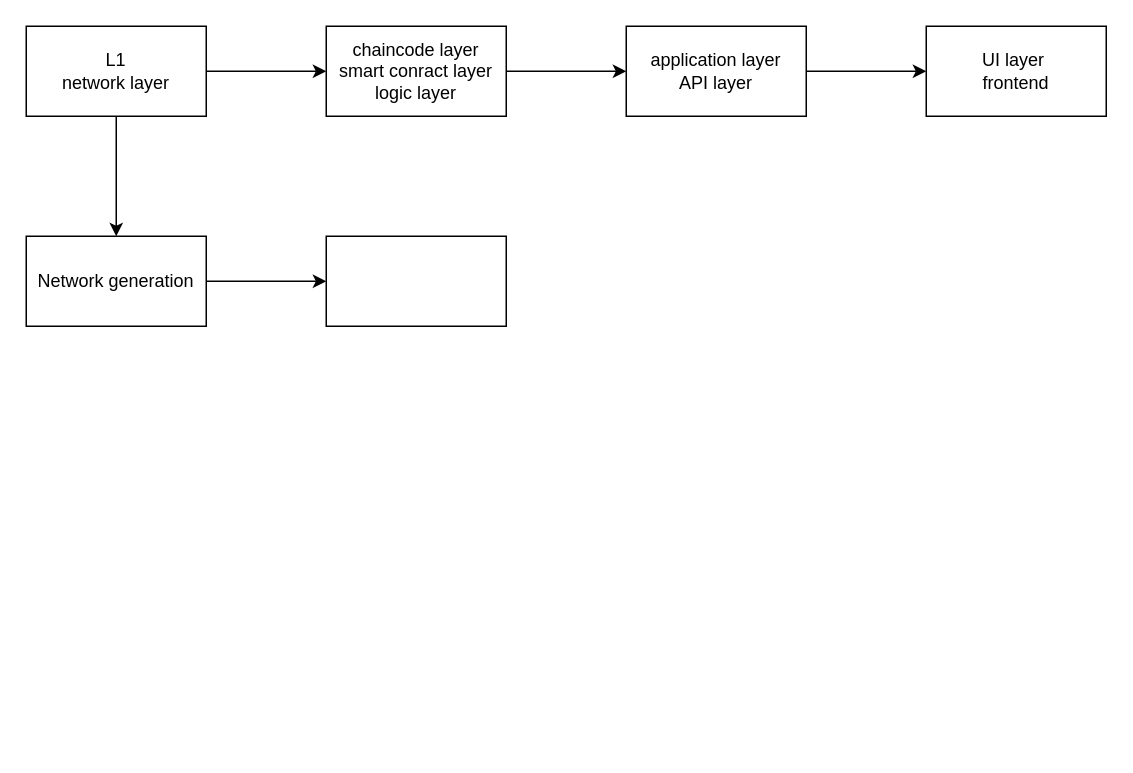
kumarPint00/dccrtnet keeps this draw.io diagram as architecture.drawio. Above is the earlier version. Source tidied: cells renumbered, new cells numbered last; positions are measured from the earlier drawing's top-left corner, leaving out a move shared by most shapes. Both pictures are drawn from the tidied source at 150%, with x=0, y=0 at pixel (26, 26).
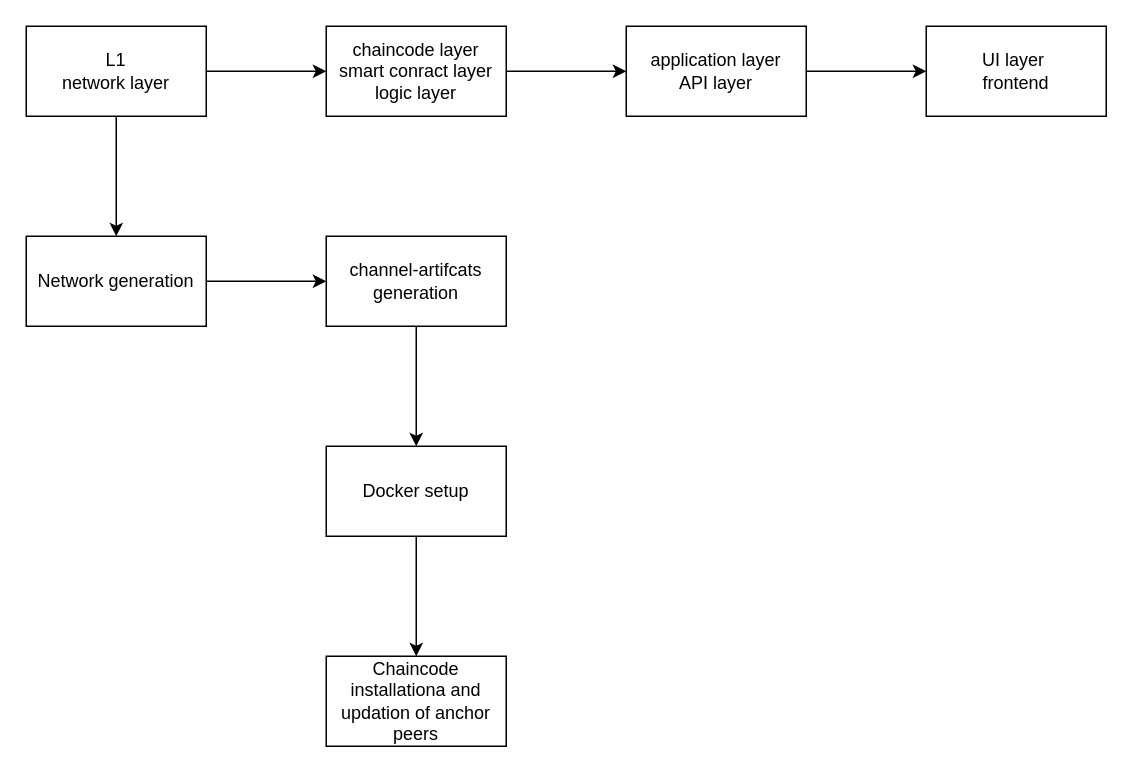
Above is the later version.

Change to the diagram source:
```diff
@@
 <mxGraphModel>
   <root>
     <mxCell id="0" />
     <mxCell id="1" parent="0" />
     <mxCell id="2" style="edgeStyle=none;html=1;" parent="1" edge="1" source="4" target="6">
       <mxGeometry relative="1" as="geometry" />
     </mxCell>
     <mxCell id="3" style="edgeStyle=none;html=1;" parent="1" edge="1" source="4" target="11">
       <mxGeometry relative="1" as="geometry" />
     </mxCell>
     <mxCell id="4" value="L1&lt;br&gt;network layer" style="whiteSpace=wrap;html=1;" parent="1" vertex="1">
       <mxGeometry width="120" height="60" as="geometry" />
     </mxCell>
     <mxCell id="5" style="edgeStyle=none;html=1;" parent="1" edge="1" source="6" target="8">
       <mxGeometry relative="1" as="geometry" />
     </mxCell>
     <mxCell id="6" value="chaincode layer&lt;br&gt;smart conract layer&lt;br&gt;logic layer" style="whiteSpace=wrap;html=1;" parent="1" vertex="1">
       <mxGeometry x="200" width="120" height="60" as="geometry" />
     </mxCell>
     <mxCell id="7" style="edgeStyle=none;html=1;" parent="1" edge="1" source="8" target="9">
       <mxGeometry relative="1" as="geometry" />
     </mxCell>
     <mxCell id="8" value="application layer&lt;br&gt;API layer&lt;br&gt;" style="whiteSpace=wrap;html=1;" parent="1" vertex="1">
       <mxGeometry x="400" width="120" height="60" as="geometry" />
     </mxCell>
     <mxCell id="9" value="UI layer&amp;nbsp;&lt;br&gt;frontend&lt;br&gt;" style="whiteSpace=wrap;html=1;" parent="1" vertex="1">
       <mxGeometry x="600" width="120" height="60" as="geometry" />
     </mxCell>
     <mxCell id="10" style="edgeStyle=none;html=1;" parent="1" edge="1" source="11" target="12">
       <mxGeometry relative="1" as="geometry" />
     </mxCell>
     <mxCell id="11" value="Network generation&lt;br&gt;" style="whiteSpace=wrap;html=1;" parent="1" vertex="1">
       <mxGeometry y="140" width="120" height="60" as="geometry" />
     </mxCell>
+    <mxCell id="13" style="edgeStyle=none;html=1;" parent="1" edge="1" source="12" target="15">
+      <mxGeometry relative="1" as="geometry" />
+    </mxCell>
-    <mxCell id="12" style="whiteSpace=wrap;html=1;" parent="1" vertex="1">
+    <mxCell id="12" value="channel-artifcats generation" style="whiteSpace=wrap;html=1;" parent="1" vertex="1">
       <mxGeometry x="200" y="140" width="120" height="60" as="geometry" />
     </mxCell>
+    <mxCell id="14" style="edgeStyle=none;html=1;" parent="1" edge="1" source="15" target="16">
+      <mxGeometry relative="1" as="geometry" />
+    </mxCell>
+    <mxCell id="15" value="Docker setup" style="whiteSpace=wrap;html=1;" parent="1" vertex="1">
+      <mxGeometry x="200" y="280" width="120" height="60" as="geometry" />
+    </mxCell>
+    <mxCell id="16" value="Chaincode installationa and updation of anchor peers" style="whiteSpace=wrap;html=1;" parent="1" vertex="1">
+      <mxGeometry x="200" y="420" width="120" height="60" as="geometry" />
+    </mxCell>
   </root>
 </mxGraphModel>
```
